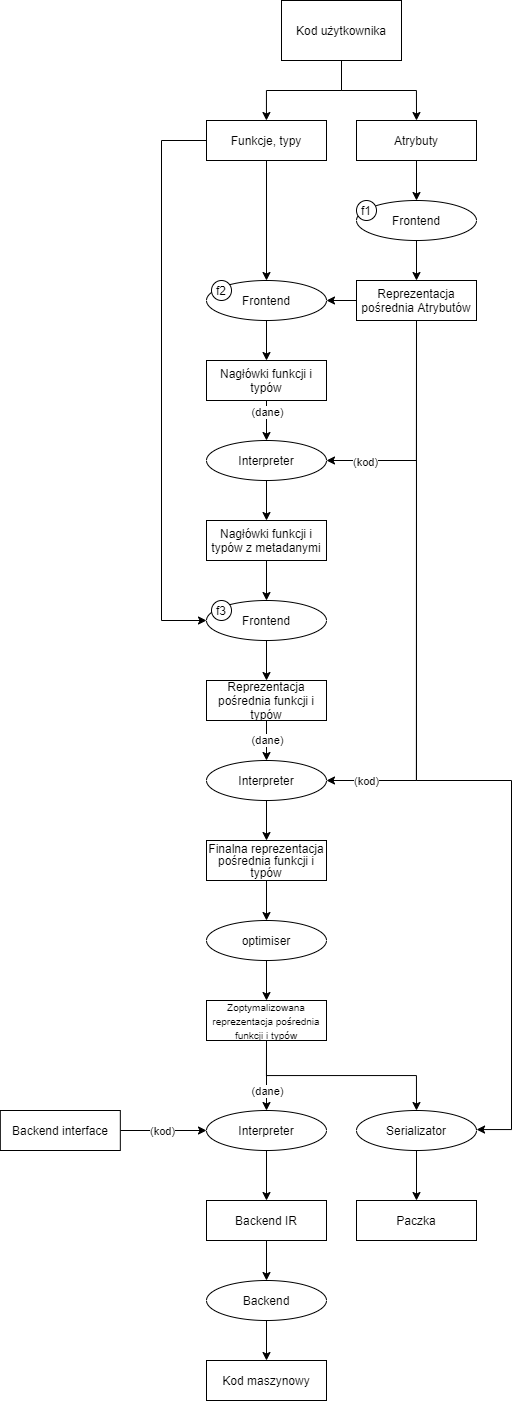
The draw.io diagram Papers/WUT-Master-Thesis/img/compilation_process.png in Agrabski/C-equals-1, before a commit. Source tidied: cells renumbered, new cells last; positions are measured from the earlier drawing's top-left corner, leaving out a move shared by most shapes.
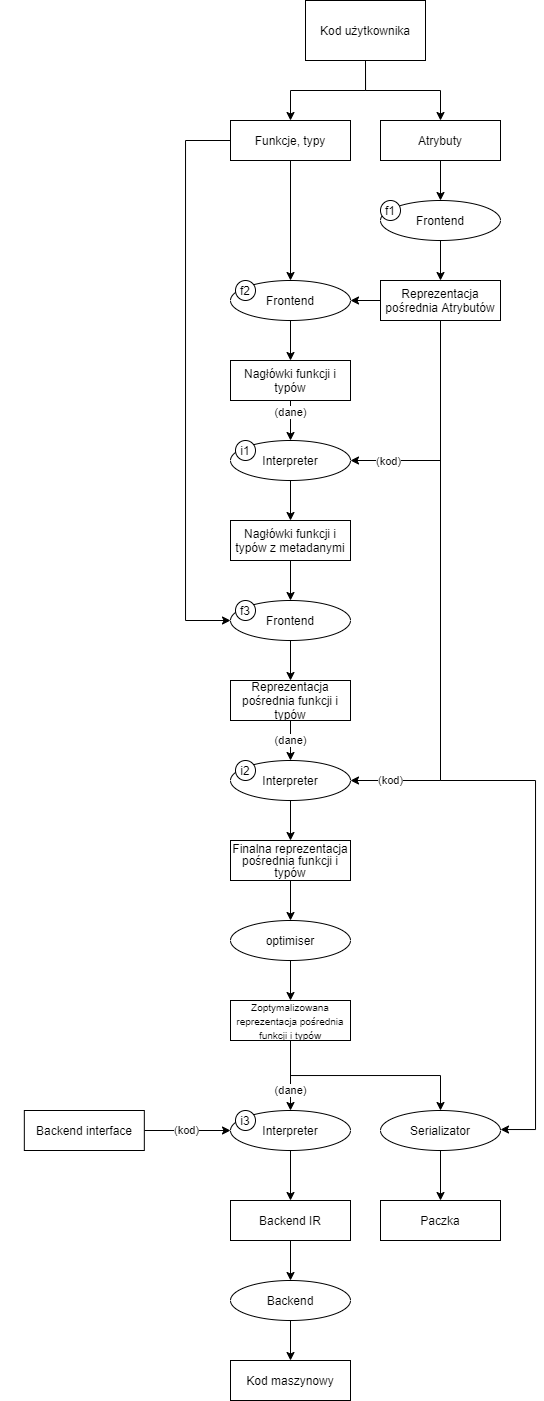
The same diagram one commit later.

Commit message:
added interpreter data structure diagram

Diff of the diagram source:
```diff
@@ -195,5 +195,14 @@
     <mxCell id="59" value="f3" style="ellipse;whiteSpace=wrap;html=1;" parent="1" vertex="1">
       <mxGeometry x="211" y="600" width="20" height="20" as="geometry" />
     </mxCell>
+    <mxCell id="60" value="i1" style="ellipse;whiteSpace=wrap;html=1;" parent="1" vertex="1">
+      <mxGeometry x="211" y="440" width="20" height="20" as="geometry" />
+    </mxCell>
+    <mxCell id="61" value="i2" style="ellipse;whiteSpace=wrap;html=1;" parent="1" vertex="1">
+      <mxGeometry x="211" y="760" width="20" height="20" as="geometry" />
+    </mxCell>
+    <mxCell id="62" value="i3" style="ellipse;whiteSpace=wrap;html=1;" parent="1" vertex="1">
+      <mxGeometry x="211" y="1110" width="20" height="20" as="geometry" />
+    </mxCell>
   </root>
 </mxGraphModel>
```
